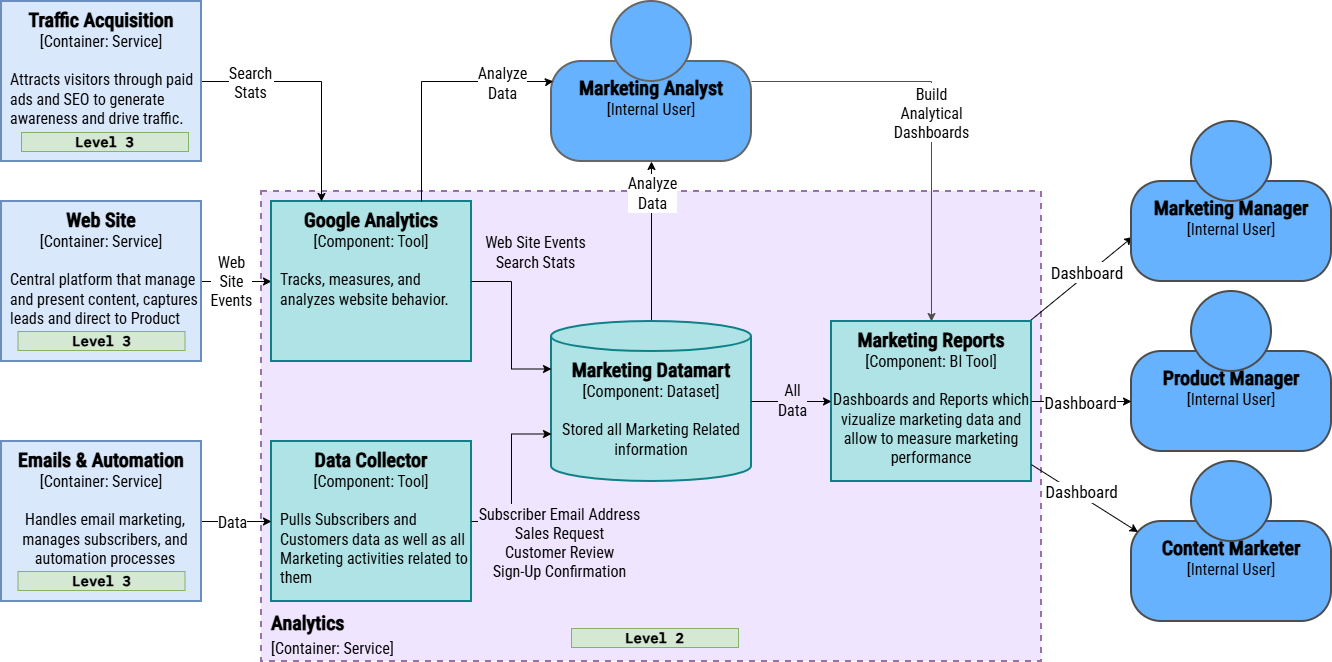
The draw.io diagram chapter-07/figure-7.22.drawio.png in software-architecture-guild/modeling-software-architecture, before a commit. Source tidied: cells renumbered, new cells last; positions are measured from the earlier drawing's top-left corner, leaving out a move shared by most shapes.
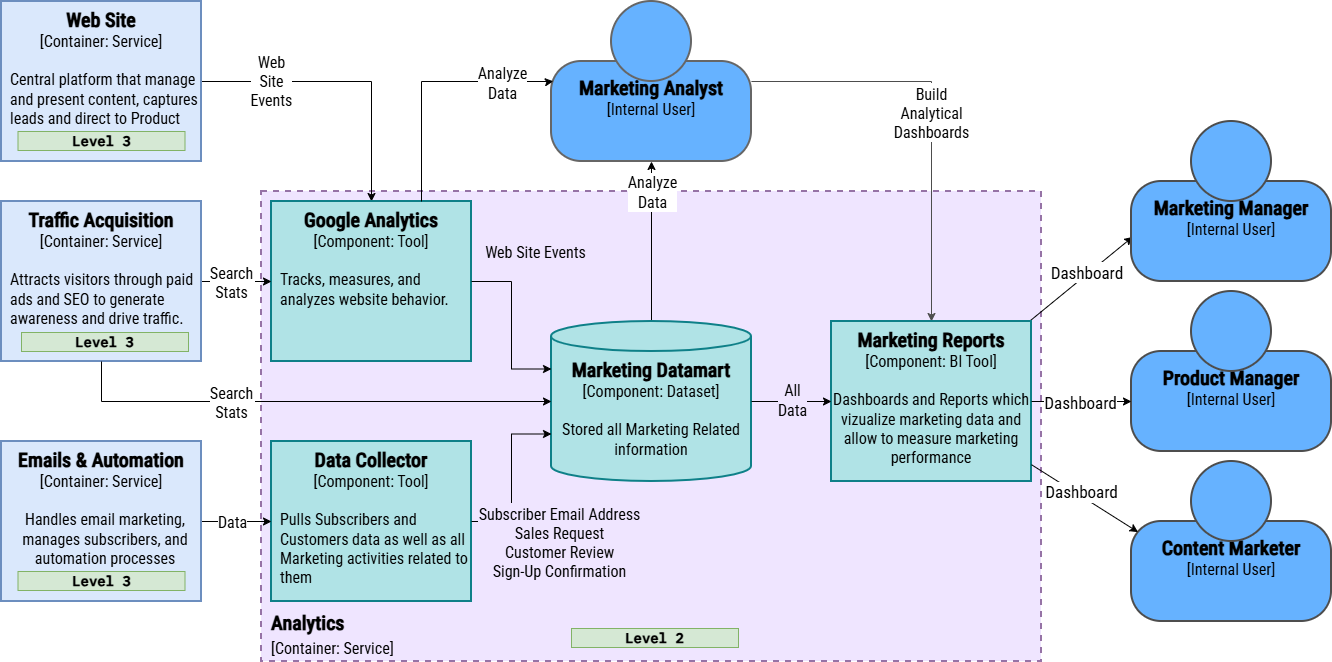
The same file after the commit.

Commit message:
chapter 7: fixed google search

The edit, as a diff of the source:
```diff
@@ -17,8 +17,8 @@
     <mxCell id="6" style="ellipse;whiteSpace=wrap;html=1;strokeWidth=2;strokeColor=#666666;fillColor=light-dark(#66B2FF,#EDEDED);fontColor=#000000;" parent="4" vertex="1">
       <mxGeometry x="60" width="80" height="80" as="geometry" />
     </mxCell>
-    <mxCell id="7" value="Web&lt;br&gt;Site&lt;br&gt;Events" style="shape=connector;rounded=0;jettySize=auto;html=1;strokeColor=#000000;align=center;verticalAlign=middle;fontFamily=Roboto Condensed;fontSource=https%3A%2F%2Ffonts.googleapis.com%2Fcss%3Ffamily%3DRoboto%2BCondensed;fontSize=16;fontColor=default;labelBackgroundColor=default;endArrow=classic;entryX=0;entryY=0.5;entryDx=0;entryDy=0;exitX=1;exitY=0.5;exitDx=0;exitDy=0;" parent="1" edge="1" source="48" target="14">
-      <mxGeometry x="-0.14" relative="1" as="geometry" />
+    <mxCell id="7" value="Web&lt;br&gt;Site&lt;br&gt;Events" style="shape=connector;rounded=0;jettySize=auto;html=1;strokeColor=#000000;align=center;verticalAlign=middle;fontFamily=Roboto Condensed;fontSource=https%3A%2F%2Ffonts.googleapis.com%2Fcss%3Ffamily%3DRoboto%2BCondensed;fontSize=16;fontColor=default;labelBackgroundColor=default;endArrow=classic;entryX=0.5;entryY=0;entryDx=0;entryDy=0;exitX=1;exitY=0.5;exitDx=0;exitDy=0;edgeStyle=orthogonalEdgeStyle;" parent="1" edge="1" source="48" target="14">
+      <mxGeometry x="-0.52" relative="1" as="geometry" />
     </mxCell>
     <mxCell id="8" style="group;" parent="1" vertex="1">
       <mxGeometry x="1130" y="460" width="200" height="160" as="geometry" />
@@ -41,12 +41,12 @@
     <mxCell id="14" value="&lt;font&gt;&lt;font style=&quot;font-size: 20px;&quot;&gt;&lt;b&gt;&lt;font&gt;&lt;span&gt;Google Analytics&lt;/span&gt;&lt;/font&gt;&lt;/b&gt;&lt;br&gt;&lt;/font&gt;&lt;font&gt;[&lt;/font&gt;&lt;/font&gt;&lt;span&gt;Component&lt;/span&gt;&lt;font&gt;&lt;font&gt;: Tool]&lt;br&gt;&lt;br&gt;&lt;div style=&quot;text-align: left; padding-bottom: 0px; padding-left: 8px;&quot;&gt;&lt;span style=&quot;background-color: transparent;&quot;&gt;Tracks, measures, and analyzes website behavior.&lt;/span&gt;&lt;/div&gt;&lt;/font&gt;&lt;/font&gt;" style="rounded=0;whiteSpace=wrap;html=1;strokeWidth=2;fillColor=#b0e3e6;strokeColor=#0e8088;verticalAlign=top;fontFamily=Roboto Condensed;fontSource=https%3A%2F%2Ffonts.googleapis.com%2Fcss%3Ffamily%3DRoboto%2BCondensed;fontColor=#000000;fontSize=16;" parent="1" vertex="1">
       <mxGeometry x="270" y="200" width="200" height="160" as="geometry" />
     </mxCell>
-    <mxCell id="15" style="shape=connector;rounded=0;jettySize=auto;html=1;strokeColor=#000000;align=center;verticalAlign=middle;fontFamily=IBM Plex Mono;fontSource=https%3A%2F%2Ffonts.googleapis.com%2Fcss%3Ffamily%3DIBM%2BPlex%2BMono;fontSize=11;fontColor=default;labelBackgroundColor=default;endArrow=classic;entryX=0.25;entryY=0;entryDx=0;entryDy=0;exitX=1;exitY=0.5;exitDx=0;exitDy=0;edgeStyle=orthogonalEdgeStyle;" parent="1" edge="1" source="43" target="14">
+    <mxCell id="15" style="shape=connector;rounded=0;jettySize=auto;html=1;strokeColor=#000000;align=center;verticalAlign=middle;fontFamily=IBM Plex Mono;fontSource=https%3A%2F%2Ffonts.googleapis.com%2Fcss%3Ffamily%3DIBM%2BPlex%2BMono;fontSize=11;fontColor=default;labelBackgroundColor=default;endArrow=classic;exitX=1;exitY=0.5;exitDx=0;exitDy=0;edgeStyle=orthogonalEdgeStyle;" parent="1" edge="1" source="43" target="14">
       <mxGeometry relative="1" as="geometry" />
     </mxCell>
     <mxCell id="16" value="Search&#10;Stats" style="edgeLabel;align=center;verticalAlign=middle;fontFamily=Roboto Condensed;fontSource=https%3A%2F%2Ffonts.googleapis.com%2Fcss%3Ffamily%3DRoboto%2BCondensed;fontSize=16;fontColor=#000000;labelBackgroundColor=#FFFFFF;fillColor=none;gradientColor=none;fontStyle=0;" parent="15" vertex="1">
       <mxGeometry x="-0.5" y="-1" relative="1" as="geometry">
-        <mxPoint x="-10" y="-1" as="offset" />
+        <mxPoint x="13" y="-1" as="offset" />
       </mxGeometry>
     </mxCell>
     <mxCell id="17" value="&lt;font style=&quot;font-size: 20px;&quot;&gt;&lt;span&gt;&lt;b&gt;Data Collector&lt;br&gt;&lt;/b&gt;&lt;/span&gt;&lt;/font&gt;&lt;font&gt;[&lt;/font&gt;&lt;span&gt;Component&lt;/span&gt;&lt;font&gt;: Tool]&lt;br&gt;&lt;br&gt;&lt;div style=&quot;text-align: left; padding-bottom: 0px; padding-left: 8px;&quot;&gt;&lt;span style=&quot;background-color: transparent;&quot;&gt;Pulls Subscribers and Customers data as well as all Marketing activities related to them&lt;/span&gt;&lt;/div&gt;&lt;/font&gt;" style="rounded=0;whiteSpace=wrap;html=1;strokeWidth=2;fillColor=#b0e3e6;strokeColor=#0e8088;verticalAlign=top;align=center;fontFamily=Roboto Condensed;fontSource=https%3A%2F%2Ffonts.googleapis.com%2Fcss%3Ffamily%3DRoboto%2BCondensed;fontSize=16;labelBackgroundColor=none;fontColor=#000000;" parent="1" vertex="1">
@@ -107,7 +107,7 @@
     <mxCell id="32" style="shape=connector;rounded=0;jettySize=auto;html=1;exitX=1;exitY=0.5;exitDx=0;exitDy=0;strokeColor=#000000;align=center;verticalAlign=middle;fontFamily=IBM Plex Mono;fontSource=https%3A%2F%2Ffonts.googleapis.com%2Fcss%3Ffamily%3DIBM%2BPlex%2BMono;fontSize=11;fontColor=default;labelBackgroundColor=default;endArrow=classic;entryX=0;entryY=0;entryDx=0;entryDy=47.5;entryPerimeter=0;edgeStyle=orthogonalEdgeStyle;" parent="1" edge="1" source="14" target="20">
       <mxGeometry relative="1" as="geometry" />
     </mxCell>
-    <mxCell id="33" value="&lt;span style=&quot;color: rgb(0, 0, 0); font-family: &amp;quot;Roboto Condensed&amp;quot;; font-size: 16px;&quot;&gt;Web Site Events&lt;br&gt;&lt;/span&gt;&lt;span style=&quot;color: rgb(0, 0, 0); font-family: &amp;quot;Roboto Condensed&amp;quot;; font-size: 16px;&quot;&gt;Search Stats&lt;/span&gt;" style="edgeLabel;html=1;align=center;verticalAlign=middle;labelBackgroundColor=#EFE5FF;" parent="32" vertex="1">
+    <mxCell id="33" value="&lt;span style=&quot;color: rgb(0, 0, 0); font-family: &amp;quot;Roboto Condensed&amp;quot;; font-size: 16px;&quot;&gt;Web Site Events&lt;/span&gt;" style="edgeLabel;html=1;align=center;verticalAlign=middle;labelBackgroundColor=#EFE5FF;" parent="32" vertex="1">
       <mxGeometry x="0.86" y="3" relative="1" as="geometry">
         <mxPoint x="-5" y="-114" as="offset" />
       </mxGeometry>
@@ -157,13 +157,13 @@
       </mxGeometry>
     </mxCell>
     <mxCell id="43" value="&lt;font&gt;&lt;font style=&quot;font-size: 20px;&quot;&gt;&lt;b&gt;&lt;font&gt;&lt;span&gt;Traffic Acquisition&lt;/span&gt;&lt;/font&gt;&lt;/b&gt;&lt;br&gt;&lt;/font&gt;&lt;font&gt;[Container: Service]&lt;/font&gt;&lt;/font&gt;&lt;div&gt;&lt;font&gt;&lt;font&gt;&lt;br&gt;&lt;/font&gt;&lt;/font&gt;&lt;/div&gt;&lt;div style=&quot;text-align: left; padding-left: 8px;&quot;&gt;&lt;font&gt;&lt;font&gt;Attracts visitors through paid ads and SEO to generate awareness and drive traffic.&lt;/font&gt;&lt;/font&gt;&lt;/div&gt;" style="rounded=0;whiteSpace=wrap;html=1;strokeWidth=2;fillColor=#dae8fc;strokeColor=#6c8ebf;verticalAlign=top;fontFamily=Roboto Condensed;fontSource=https%3A%2F%2Ffonts.googleapis.com%2Fcss%3Ffamily%3DRoboto%2BCondensed;fontColor=#000000;fontSize=16;" parent="1" vertex="1">
-      <mxGeometry width="200" height="160" as="geometry" />
+      <mxGeometry y="200" width="200" height="160" as="geometry" />
     </mxCell>
     <mxCell id="44" value="&lt;font&gt;&lt;font style=&quot;font-size: 20px;&quot;&gt;&lt;b&gt;&lt;font&gt;&lt;span&gt;Emails &amp;amp; Automation&lt;/span&gt;&lt;/font&gt;&lt;/b&gt;&lt;br&gt;&lt;/font&gt;&lt;font&gt;[Container: Service]&lt;br&gt;&lt;br&gt;&lt;div style=&quot;padding-left: 8px;&quot;&gt;&lt;span style=&quot;background-color: transparent;&quot;&gt;Handles email marketing, manages subscribers, and automation processes&lt;/span&gt;&lt;/div&gt;&lt;/font&gt;&lt;/font&gt;" style="rounded=0;whiteSpace=wrap;html=1;strokeWidth=2;fillColor=#dae8fc;strokeColor=#6c8ebf;verticalAlign=top;fontFamily=Roboto Condensed;fontSource=https%3A%2F%2Ffonts.googleapis.com%2Fcss%3Ffamily%3DRoboto%2BCondensed;fontColor=#000000;fontSize=16;" parent="1" vertex="1">
       <mxGeometry y="440" width="200" height="160" as="geometry" />
     </mxCell>
     <mxCell id="45" value="&lt;font face=&quot;IBM Plex Mono&quot;&gt;Level 3&lt;/font&gt;" style="rounded=0;whiteSpace=wrap;html=1;fillColor=#d5e8d4;strokeColor=#82b366;fontSize=14;fontStyle=1;" parent="1" vertex="1">
-      <mxGeometry x="20" y="131" width="167" height="19" as="geometry" />
+      <mxGeometry x="20" y="331" width="167" height="19" as="geometry" />
     </mxCell>
     <mxCell id="46" value="&lt;font face=&quot;IBM Plex Mono&quot;&gt;Level 3&lt;/font&gt;" style="rounded=0;whiteSpace=wrap;html=1;fillColor=#d5e8d4;strokeColor=#82b366;fontSize=14;fontStyle=1;" parent="1" vertex="1">
       <mxGeometry x="16.5" y="570" width="167" height="19" as="geometry" />
@@ -172,10 +172,18 @@
       <mxGeometry x="570" y="627" width="167" height="19" as="geometry" />
     </mxCell>
     <mxCell id="48" value="&lt;font&gt;&lt;font style=&quot;font-size: 20px;&quot;&gt;&lt;b&gt;&lt;font&gt;&lt;span&gt;Web Site&lt;/span&gt;&lt;/font&gt;&lt;/b&gt;&lt;br&gt;&lt;/font&gt;&lt;font&gt;[Container: Service]&lt;br&gt;&lt;br&gt;&lt;div style=&quot;text-align: left; padding-left: 8px;&quot;&gt;&lt;span style=&quot;background-color: transparent;&quot;&gt;Central platform that manage and present content, captures leads and direct to Product&lt;/span&gt;&lt;/div&gt;&lt;/font&gt;&lt;/font&gt;" style="rounded=0;whiteSpace=wrap;html=1;strokeWidth=2;fillColor=#dae8fc;strokeColor=#6c8ebf;verticalAlign=top;fontColor=#000000;fontFamily=Roboto Condensed;fontSource=https%3A%2F%2Ffonts.googleapis.com%2Fcss%3Ffamily%3DRoboto%2BCondensed;fontSize=16;" parent="1" vertex="1">
-      <mxGeometry y="200" width="200" height="160" as="geometry" />
+      <mxGeometry width="200" height="160" as="geometry" />
     </mxCell>
     <mxCell id="49" value="&lt;font face=&quot;IBM Plex Mono&quot;&gt;Level 3&lt;/font&gt;" style="rounded=0;whiteSpace=wrap;html=1;fillColor=#d5e8d4;strokeColor=#82b366;fontSize=14;fontStyle=1;" parent="1" vertex="1">
-      <mxGeometry x="16.5" y="330" width="167" height="19" as="geometry" />
+      <mxGeometry x="16.5" y="130" width="167" height="19" as="geometry" />
     </mxCell>
+    <mxCell id="50" style="shape=connector;rounded=0;jettySize=auto;html=1;strokeColor=#000000;align=center;verticalAlign=middle;fontFamily=IBM Plex Mono;fontSource=https%3A%2F%2Ffonts.googleapis.com%2Fcss%3Ffamily%3DIBM%2BPlex%2BMono;fontSize=11;fontColor=default;labelBackgroundColor=default;endArrow=classic;exitX=0.5;exitY=1;exitDx=0;exitDy=0;edgeStyle=orthogonalEdgeStyle;entryX=0;entryY=0.5;entryDx=0;entryDy=0;entryPerimeter=0;" parent="1" edge="1" source="43" target="20">
+      <mxGeometry relative="1" as="geometry" />
+    </mxCell>
+    <mxCell id="51" value="Search&#10;Stats" style="edgeLabel;align=center;verticalAlign=middle;fontFamily=Roboto Condensed;fontSource=https%3A%2F%2Ffonts.googleapis.com%2Fcss%3Ffamily%3DRoboto%2BCondensed;fontSize=16;fontColor=#000000;labelBackgroundColor=#FFFFFF;fillColor=none;gradientColor=none;fontStyle=0;" parent="50" vertex="1">
+      <mxGeometry x="-0.5" y="-1" relative="1" as="geometry">
+        <mxPoint x="49" y="-1" as="offset" />
+      </mxGeometry>
+    </mxCell>
   </root>
 </mxGraphModel>
```
